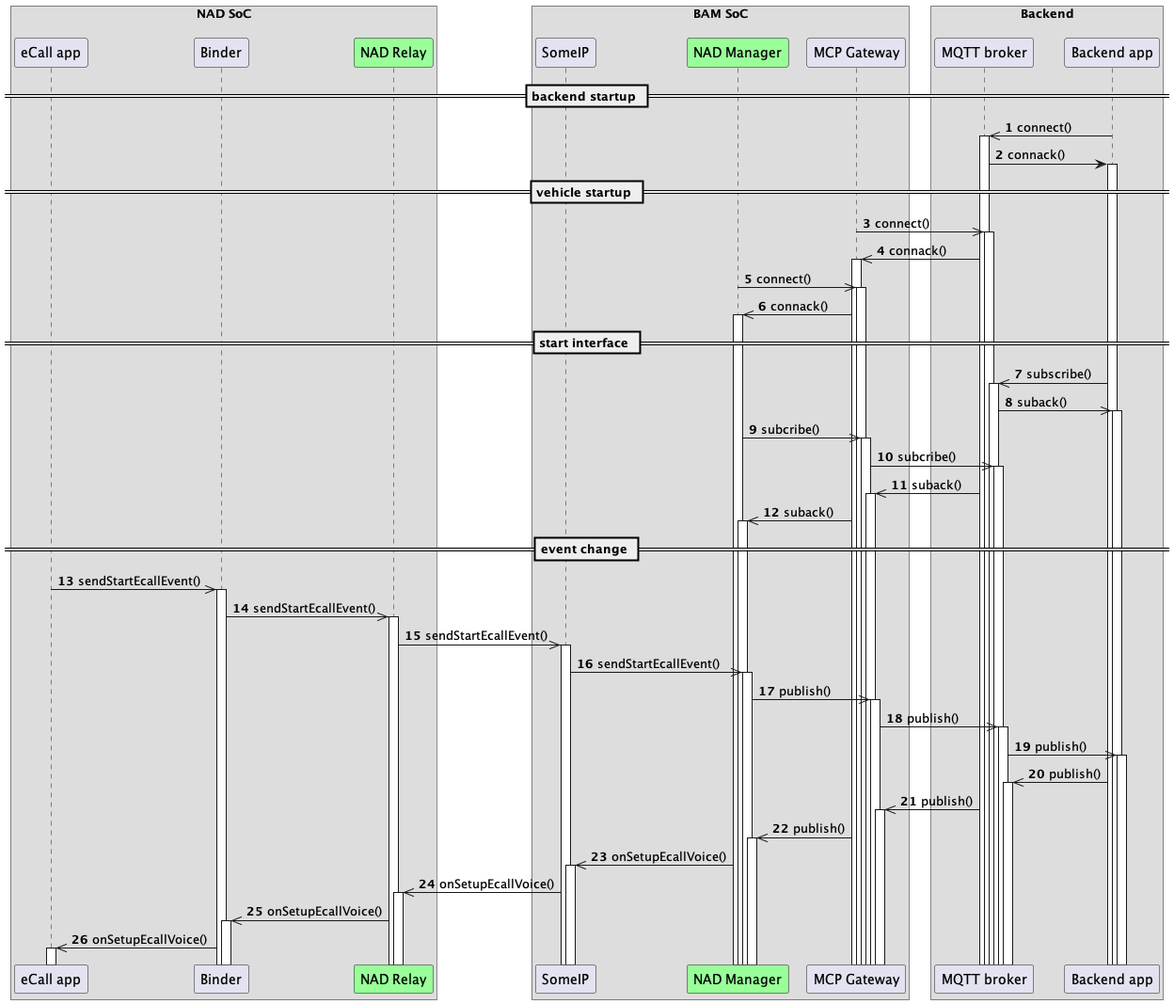
Earlier version of the PlantUML export out/doc/SA cert/Design/figures/sequence_diagram/ecall/ecall.png (taikt/codefun). The source it was exported from:
```plantuml
@startuml
!pragma teoz true
autonumber
autoactivate on
box "NAD SoC\n"

    participant "eCall app" as ecall

    participant "Binder" as bin


    participant "NAD Relay" as ecall_con_nad #99FF99



end box



box "BAM SoC\n"
   participant "SomeIP" as sip
    participant "NAD Manager" as nadm #99FF99


    participant "MCP Gateway" as gw
end box

box "Backend"
    participant "MQTT broker" as bro
    participant "Backend app" as backend
end box
== backend startup ==
backend ->> bro: connect()
bro -> backend: connack()

== vehicle startup ==
gw ->> bro: connect()
bro ->> gw: connack()
nadm ->> gw: connect()
gw ->> nadm: connack()

== start interface ==
backend ->> bro: subscribe()
bro ->> backend: suback()

nadm ->> gw: subcribe()
gw ->> bro: subcribe()
bro ->> gw: suback()
gw ->> nadm: suback()

== event change ==
ecall ->> bin: sendStartEcallEvent()
bin ->> ecall_con_nad: sendStartEcallEvent()
ecall_con_nad ->> sip: sendStartEcallEvent()
sip ->> nadm: sendStartEcallEvent()

nadm ->> gw: publish()
gw ->> bro: publish()
bro ->> backend: publish()

backend ->> bro: publish()
bro ->> gw: publish()
gw ->> nadm: publish()

nadm ->> sip: onSetupEcallVoice()
sip ->> ecall_con_nad: onSetupEcallVoice()
ecall_con_nad ->> bin: onSetupEcallVoice()
bin ->> ecall: onSetupEcallVoice()

@enduml
```
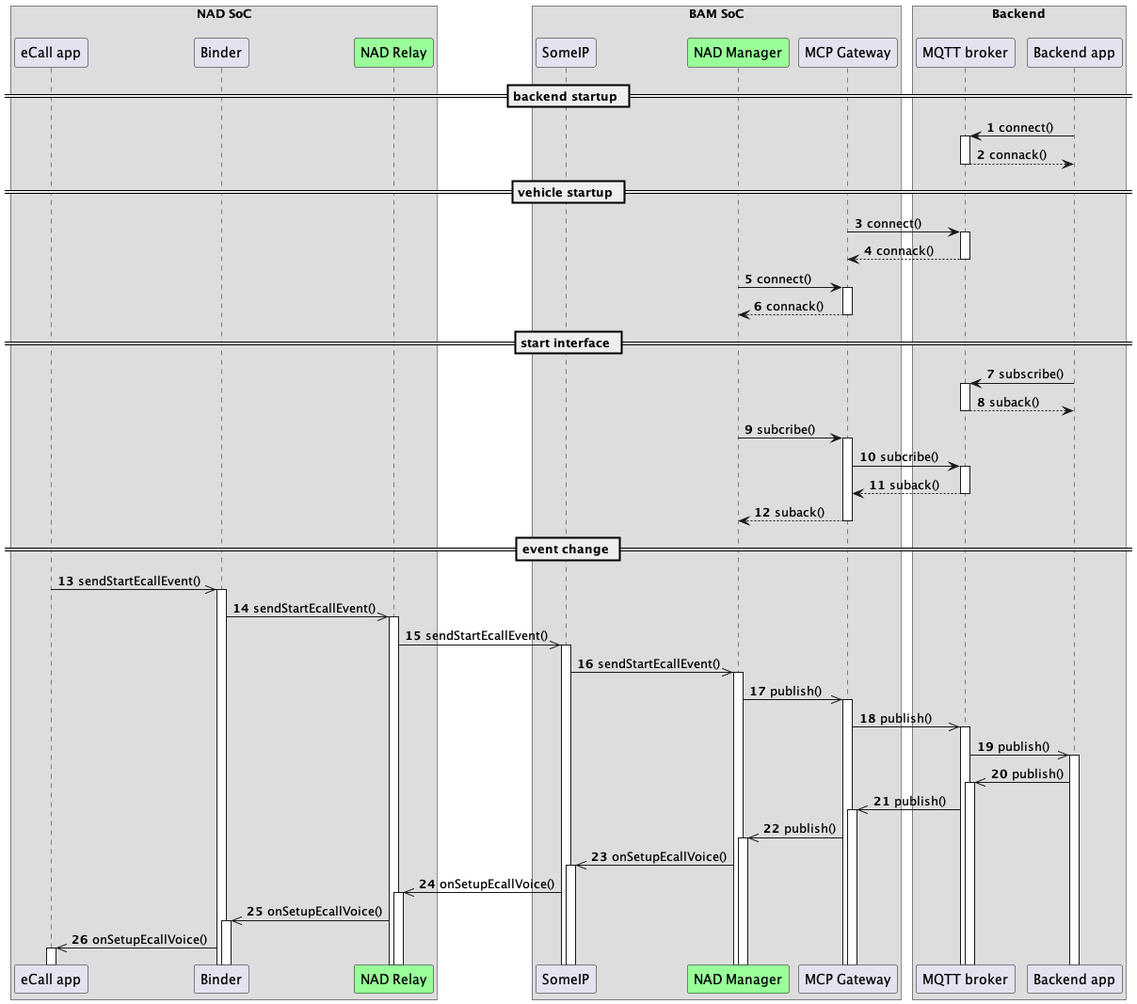
Above is the later version.

Change to the diagram source:
```diff
@@ -15,8 +15,6 @@
 
 end box
 
-
-
 box "BAM SoC\n"
    participant "SomeIP" as sip
     participant "NAD Manager" as nadm #99FF99
@@ -30,23 +28,23 @@
     participant "Backend app" as backend
 end box
 == backend startup ==
-backend ->> bro: connect()
-bro -> backend: connack()
+backend -> bro: connect()
+bro --> backend: connack()
 
 == vehicle startup ==
-gw ->> bro: connect()
-bro ->> gw: connack()
-nadm ->> gw: connect()
-gw ->> nadm: connack()
+gw -> bro: connect()
+bro --> gw: connack()
+nadm -> gw: connect()
+gw --> nadm: connack()
 
 == start interface ==
-backend ->> bro: subscribe()
-bro ->> backend: suback()
+backend -> bro: subscribe()
+bro --> backend: suback()
 
-nadm ->> gw: subcribe()
-gw ->> bro: subcribe()
-bro ->> gw: suback()
-gw ->> nadm: suback()
+nadm -> gw: subcribe()
+gw -> bro: subcribe()
+bro --> gw: suback()
+gw --> nadm: suback()
 
 == event change ==
 ecall ->> bin: sendStartEcallEvent()
```
